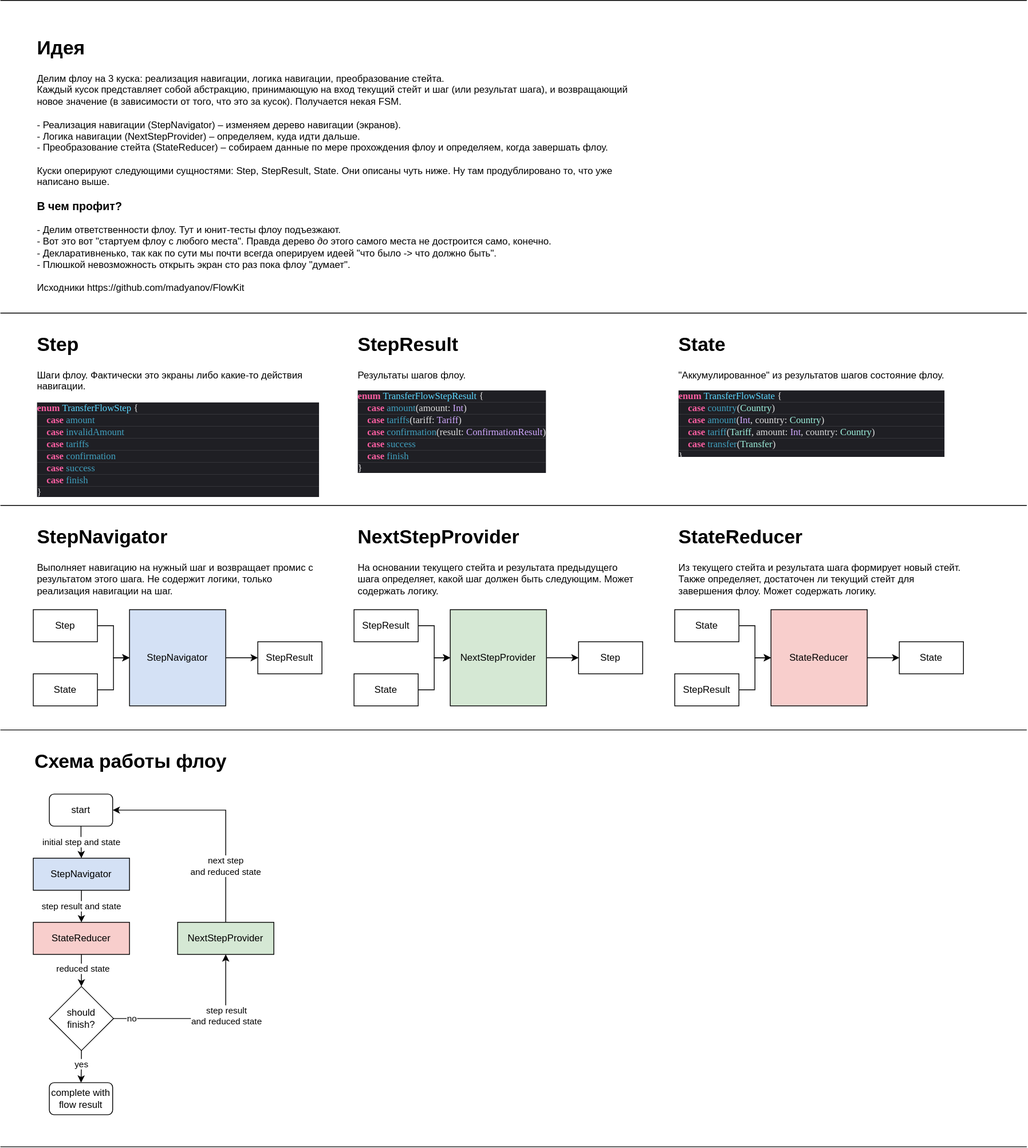
This is flowkit.svg from m6vrm/flowkit, a draw.io export, as it was before one commit. Source tidied: cells renumbered, new cells last; positions are measured from the earlier drawing's top-left corner, leaving out a move shared by most shapes.
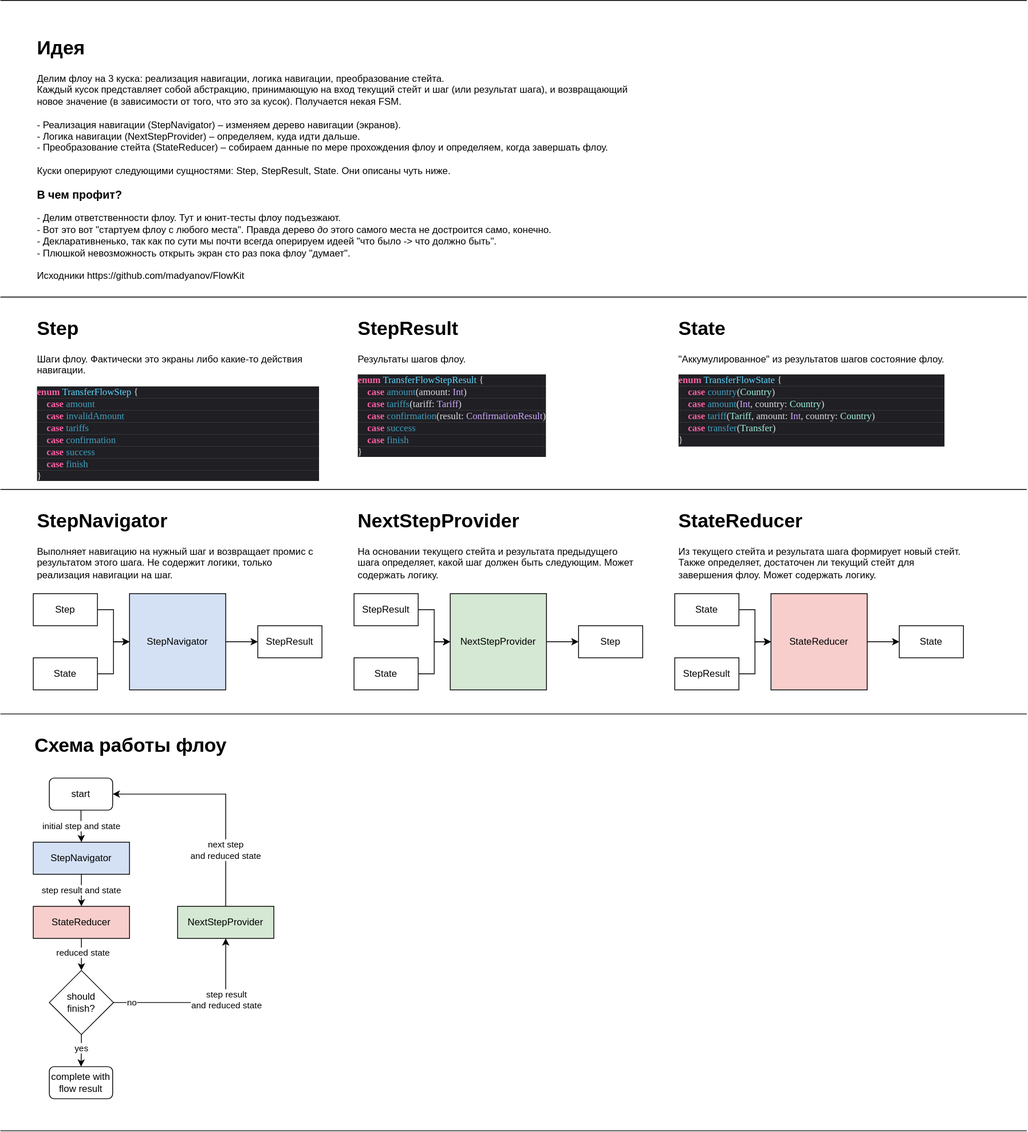
The same file after the commit.

What changed in the source:
```diff
@@ -9,7 +9,7 @@
       <mxGeometry x="441" y="410" width="370" height="180" as="geometry" />
     </mxCell>
     <mxCell id="4" value="&lt;h1&gt;State&lt;/h1&gt;&lt;p&gt;&quot;Аккумулированное&quot; из результатов шагов состояние флоу.&lt;/p&gt;&lt;p class=&quot;p1&quot; style=&quot;margin: 0px ; font-stretch: normal ; line-height: normal ; font-family: &amp;#34;menlo&amp;#34; ; color: rgb(93 , 216 , 255) ; background-color: rgb(31 , 31 , 36)&quot;&gt;&lt;span class=&quot;s1&quot; style=&quot;color: rgb(252 , 95 , 163)&quot;&gt;&lt;b&gt;enum&lt;/b&gt;&lt;/span&gt;&lt;span class=&quot;s2&quot; style=&quot;color: rgba(255 , 255 , 255 , 0.85)&quot;&gt; &lt;/span&gt;TransferFlowState&lt;span class=&quot;s2&quot; style=&quot;color: rgba(255 , 255 , 255 , 0.85)&quot;&gt; {&lt;/span&gt;&lt;/p&gt;&lt;p class=&quot;p2&quot; style=&quot;margin: 0px ; font-stretch: normal ; line-height: normal ; font-family: &amp;#34;menlo&amp;#34; ; color: rgba(255 , 255 , 255 , 0.85) ; background-color: rgb(31 , 31 , 36)&quot;&gt;&lt;span class=&quot;Apple-converted-space&quot;&gt;&amp;nbsp; &amp;nbsp; &lt;/span&gt;&lt;span class=&quot;s1&quot; style=&quot;color: rgb(252 , 95 , 163)&quot;&gt;&lt;b&gt;case&lt;/b&gt;&lt;/span&gt; &lt;span class=&quot;s3&quot; style=&quot;color: rgb(65 , 161 , 192)&quot;&gt;country&lt;/span&gt;(&lt;span class=&quot;s4&quot; style=&quot;color: rgb(158 , 241 , 221)&quot;&gt;Country&lt;/span&gt;)&lt;/p&gt;&lt;p class=&quot;p2&quot; style=&quot;margin: 0px ; font-stretch: normal ; line-height: normal ; font-family: &amp;#34;menlo&amp;#34; ; color: rgba(255 , 255 , 255 , 0.85) ; background-color: rgb(31 , 31 , 36)&quot;&gt;&lt;span class=&quot;Apple-converted-space&quot;&gt;&amp;nbsp; &amp;nbsp; &lt;/span&gt;&lt;span class=&quot;s1&quot; style=&quot;color: rgb(252 , 95 , 163)&quot;&gt;&lt;b&gt;case&lt;/b&gt;&lt;/span&gt; &lt;span class=&quot;s3&quot; style=&quot;color: rgb(65 , 161 , 192)&quot;&gt;amount&lt;/span&gt;(&lt;span class=&quot;s5&quot; style=&quot;color: rgb(208 , 168 , 255)&quot;&gt;Int&lt;/span&gt;, country: &lt;span class=&quot;s4&quot; style=&quot;color: rgb(158 , 241 , 221)&quot;&gt;Country&lt;/span&gt;)&lt;/p&gt;&lt;p class=&quot;p2&quot; style=&quot;margin: 0px ; font-stretch: normal ; line-height: normal ; font-family: &amp;#34;menlo&amp;#34; ; color: rgba(255 , 255 , 255 , 0.85) ; background-color: rgb(31 , 31 , 36)&quot;&gt;&lt;span class=&quot;Apple-converted-space&quot;&gt;&amp;nbsp; &amp;nbsp; &lt;/span&gt;&lt;span class=&quot;s1&quot; style=&quot;color: rgb(252 , 95 , 163)&quot;&gt;&lt;b&gt;case&lt;/b&gt;&lt;/span&gt; &lt;span class=&quot;s3&quot; style=&quot;color: rgb(65 , 161 , 192)&quot;&gt;tariff&lt;/span&gt;(&lt;span class=&quot;s4&quot; style=&quot;color: rgb(158 , 241 , 221)&quot;&gt;Tariff&lt;/span&gt;, amount: &lt;span class=&quot;s5&quot; style=&quot;color: rgb(208 , 168 , 255)&quot;&gt;Int&lt;/span&gt;, country: &lt;span class=&quot;s4&quot; style=&quot;color: rgb(158 , 241 , 221)&quot;&gt;Country&lt;/span&gt;)&lt;/p&gt;&lt;p class=&quot;p3&quot; style=&quot;margin: 0px ; font-stretch: normal ; line-height: normal ; font-family: &amp;#34;menlo&amp;#34; ; color: rgb(65 , 161 , 192) ; background-color: rgb(31 , 31 , 36)&quot;&gt;&lt;span class=&quot;s2&quot; style=&quot;color: rgba(255 , 255 , 255 , 0.85)&quot;&gt;&amp;nbsp; &amp;nbsp; &lt;/span&gt;&lt;span class=&quot;s1&quot; style=&quot;color: rgb(252 , 95 , 163)&quot;&gt;&lt;b&gt;case&lt;/b&gt;&lt;/span&gt;&lt;span class=&quot;s2&quot; style=&quot;color: rgba(255 , 255 , 255 , 0.85)&quot;&gt; &lt;/span&gt;transfer&lt;span class=&quot;s2&quot; style=&quot;color: rgba(255 , 255 , 255 , 0.85)&quot;&gt;(&lt;/span&gt;&lt;span class=&quot;s4&quot; style=&quot;color: rgb(158 , 241 , 221)&quot;&gt;Transfer&lt;/span&gt;&lt;span class=&quot;s2&quot; style=&quot;color: rgba(255 , 255 , 255 , 0.85)&quot;&gt;)&lt;/span&gt;&lt;/p&gt;&lt;p class=&quot;p2&quot; style=&quot;margin: 0px ; font-stretch: normal ; line-height: normal ; font-family: &amp;#34;menlo&amp;#34; ; color: rgba(255 , 255 , 255 , 0.85) ; background-color: rgb(31 , 31 , 36)&quot;&gt;}&lt;/p&gt;" style="text;html=1;strokeColor=none;fillColor=none;spacing=5;spacingTop=-20;whiteSpace=wrap;overflow=hidden;rounded=0;" parent="1" vertex="1">
-      <mxGeometry x="841" y="410" width="400" height="160" as="geometry" />
+      <mxGeometry x="841" y="410" width="400" height="170" as="geometry" />
     </mxCell>
     <mxCell id="5" style="edgeStyle=orthogonalEdgeStyle;rounded=0;jettySize=auto;html=1;entryX=0;entryY=0.5;entryDx=0;entryDy=0;" parent="1" edge="1" source="6" target="11">
       <mxGeometry relative="1" as="geometry" />
@@ -83,8 +83,8 @@
     <mxCell id="28" value="&lt;h1&gt;StateReducer&lt;/h1&gt;&lt;p&gt;Из текущего стейта и результата шага формирует новый стейт. Также определяет, достаточен ли текущий стейт для завершения флоу. Может содержать логику.&lt;/p&gt;" style="text;html=1;strokeColor=none;fillColor=none;spacing=5;spacingTop=-20;whiteSpace=wrap;overflow=hidden;rounded=0;" parent="1" vertex="1">
       <mxGeometry x="841" y="650" width="360" height="100" as="geometry" />
     </mxCell>
-    <mxCell id="29" value="&lt;h1&gt;Идея&lt;/h1&gt;&lt;p&gt;Делим флоу на 3 куска: реализация навигации, логика навигации, преобразование стейта.&lt;br&gt;Каждый кусок представляет собой абстракцию, принимающую на вход текущий стейт и шаг (или результат шага), и возвращающий новое значение (в зависимости от того, что это за кусок). Получается некая FSM.&lt;br&gt;&lt;br&gt;- Реализация навигации (StepNavigator) – изменяем дерево навигации (экранов).&lt;br&gt;- Логика навигации (NextStepProvider) – определяем, куда идти дальше.&lt;br&gt;- Преобразование стейта (StateReducer) – собираем данные по мере прохождения флоу и определяем, когда завершать флоу.&lt;br&gt;&lt;br&gt;Куски оперируют следующими сущностями: Step, StepResult, State. Они описаны чуть ниже. Ну там продублировано то, что уже написано выше.&lt;br&gt;&lt;/p&gt;&lt;h3&gt;В чем профит?&lt;/h3&gt;&lt;div&gt;- Делим ответственности флоу. Тут и юнит-тесты флоу подъезжают.&lt;br&gt;- Вот это вот &quot;стартуем флоу с любого места&quot;. Правда дерево &lt;i&gt;до&lt;/i&gt; этого самого места не достроится само, конечно.&lt;br&gt;- Декларативненько, так как по сути мы почти всегда оперируем идеей &quot;что было -&amp;gt; что должно быть&quot;.&lt;/div&gt;&lt;div&gt;- Плюшкой невозможность открыть экран сто раз пока флоу &quot;думает&quot;.&lt;br&gt;&lt;br&gt;Исходники&amp;nbsp;&lt;a href=&quot;https://github.com/madyanov/FlowKit&quot;&gt;https://github.com/madyanov/FlowKit&lt;/a&gt;&lt;/div&gt;&lt;p&gt;&lt;/p&gt;" style="text;html=1;strokeColor=none;fillColor=none;spacing=5;spacingTop=-20;whiteSpace=wrap;overflow=hidden;rounded=0;" parent="1" vertex="1">
-      <mxGeometry x="41" y="40" width="759" height="340" as="geometry" />
+    <mxCell id="29" value="&lt;h1&gt;Идея&lt;/h1&gt;&lt;p&gt;Делим флоу на 3 куска: реализация навигации, логика навигации, преобразование стейта.&lt;br&gt;Каждый кусок представляет собой абстракцию, принимающую на вход текущий стейт и шаг (или результат шага), и возвращающий новое значение (в зависимости от того, что это за кусок). Получается некая FSM.&lt;br&gt;&lt;br&gt;- Реализация навигации (StepNavigator) – изменяем дерево навигации (экранов).&lt;br&gt;- Логика навигации (NextStepProvider) – определяем, куда идти дальше.&lt;br&gt;- Преобразование стейта (StateReducer) – собираем данные по мере прохождения флоу и определяем, когда завершать флоу.&lt;br&gt;&lt;br&gt;Куски оперируют следующими сущностями: Step, StepResult, State. Они описаны чуть ниже.&lt;br&gt;&lt;/p&gt;&lt;h3&gt;В чем профит?&lt;/h3&gt;&lt;div&gt;- Делим ответственности флоу. Тут и юнит-тесты флоу подъезжают.&lt;br&gt;- Вот это вот &quot;стартуем флоу с любого места&quot;. Правда дерево &lt;i&gt;до&lt;/i&gt; этого самого места не достроится само, конечно.&lt;br&gt;- Декларативненько, так как по сути мы почти всегда оперируем идеей &quot;что было -&amp;gt; что должно быть&quot;.&lt;/div&gt;&lt;div&gt;- Плюшкой невозможность открыть экран сто раз пока флоу &quot;думает&quot;.&lt;br&gt;&lt;br&gt;Исходники&amp;nbsp;&lt;a href=&quot;https://github.com/madyanov/FlowKit&quot;&gt;https://github.com/madyanov/FlowKit&lt;/a&gt;&lt;/div&gt;&lt;p&gt;&lt;/p&gt;" style="text;html=1;strokeColor=none;fillColor=none;spacing=5;spacingTop=-20;whiteSpace=wrap;overflow=hidden;rounded=0;" parent="1" vertex="1">
+      <mxGeometry x="41" y="60" width="759" height="310" as="geometry" />
     </mxCell>
     <mxCell id="30" value="initial step and state" style="edgeStyle=orthogonalEdgeStyle;rounded=0;jettySize=auto;html=1;entryX=0.5;entryY=0;entryDx=0;entryDy=0;" parent="1" edge="1" source="31" target="33">
       <mxGeometry relative="1" as="geometry" />
@@ -174,8 +174,8 @@
     </mxCell>
     <mxCell id="51" style="endArrow=none;html=1;" parent="1" edge="1">
       <mxGeometry relative="1" as="geometry">
-        <mxPoint as="sourcePoint" />
-        <mxPoint x="1280" as="targetPoint" />
+        <mxPoint y="20" as="sourcePoint" />
+        <mxPoint x="1280" y="20" as="targetPoint" />
       </mxGeometry>
     </mxCell>
     <mxCell id="52" style="endArrow=none;html=1;" parent="1" edge="1">
```
